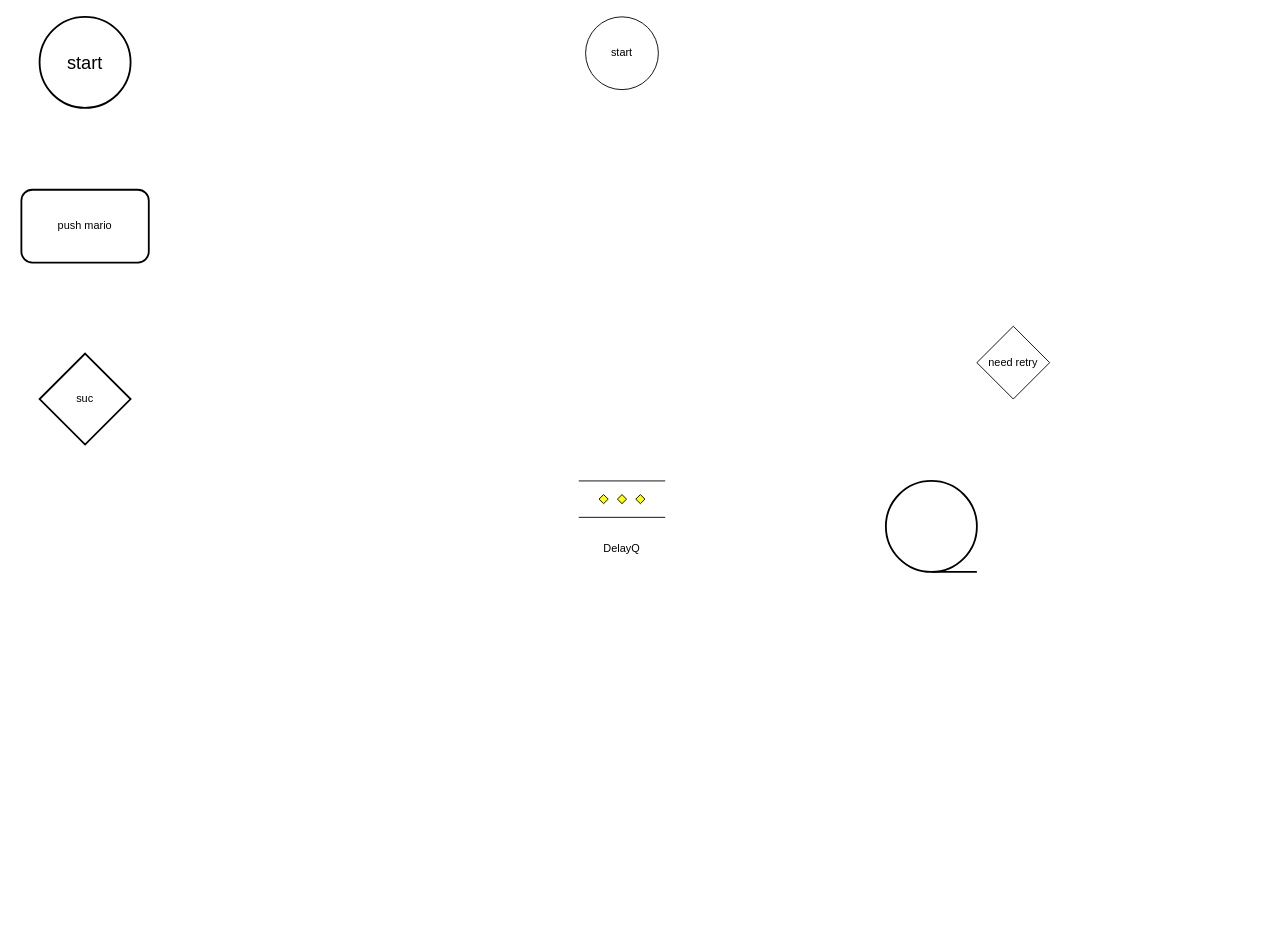
The draw.io diagram 视频接入重试机制.drawio in lixiangdaqian/diagrams, before the edit. Source tidied: cells renumbered, new cells numbered last; positions are measured from the earlier drawing's top-left corner, leaving out a move shared by most shapes. Both pictures are drawn from the tidied source at 91%, with x=0, y=0 at pixel (21, 16).
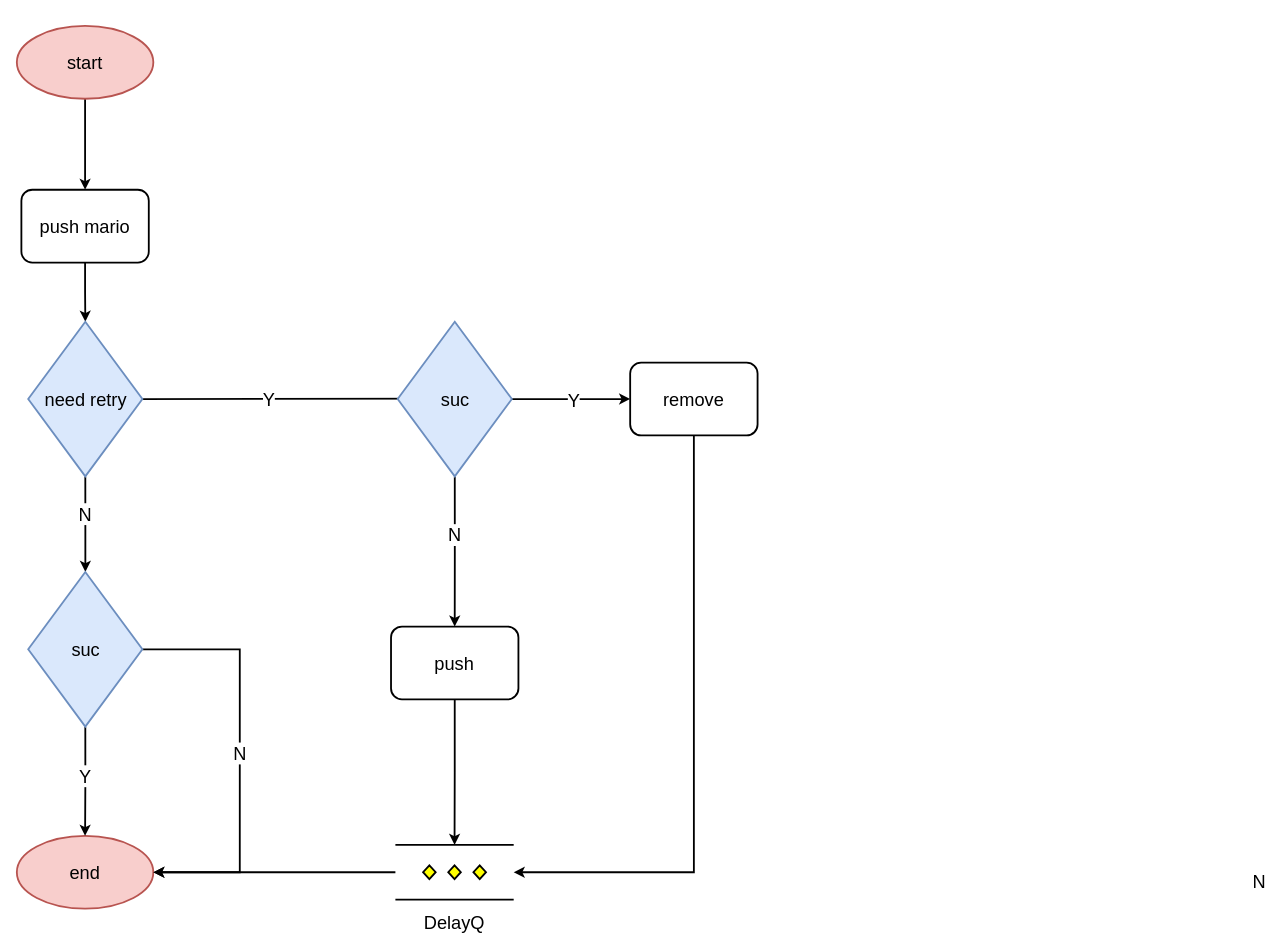
Above is the later version.

Commit message (it also covers changes not shown here):
Update 视频接入重试机制.drawio

The edit, as a diff of the source:
```diff
@@
+    <mxCell id="10" style="edgeStyle=orthogonalEdgeStyle;rounded=0;jettySize=auto;html=1;exitX=0.5;exitY=1;exitDx=0;exitDy=0;entryX=0.5;entryY=0;entryDx=0;entryDy=0;entryPerimeter=0;fontSize=20;strokeWidth=2;" parent="1" edge="1" source="2" target="7">
+      <mxGeometry relative="1" as="geometry" />
+    </mxCell>
-    <mxCell id="2" value="push mario" style="rounded=1;whiteSpace=wrap;html=1;strokeWidth=2;" parent="1" vertex="1">
+    <mxCell id="2" value="push mario" style="rounded=1;whiteSpace=wrap;html=1;strokeWidth=2;fontSize=20;" parent="1" vertex="1">
       <mxGeometry y="190" width="140" height="80" as="geometry" />
     </mxCell>
-    <mxCell id="3" value="start" style="ellipse;whiteSpace=wrap;html=1;" parent="1" vertex="1">
-      <mxGeometry x="620" width="80" height="80" as="geometry" />
-    </mxCell>
-    <mxCell id="4" value="need retry" style="rhombus;whiteSpace=wrap;html=1;" parent="1" vertex="1">
-      <mxGeometry x="1050" y="340" width="80" height="80" as="geometry" />
-    </mxCell>
-    <mxCell id="5" style="verticalLabelPosition=bottom;verticalAlign=top;html=1;shape=mxgraph.flowchart.parallel_mode;" parent="1" vertex="1">
-      <mxGeometry x="612.5" y="510" width="95" height="40" as="geometry" />
-    </mxCell>
+    <mxCell id="11" style="edgeStyle=orthogonalEdgeStyle;rounded=0;jettySize=auto;html=1;exitX=1;exitY=0.5;exitDx=0;exitDy=0;exitPerimeter=0;fontSize=20;strokeWidth=2;" parent="1" edge="1" source="7">
+      <mxGeometry relative="1" as="geometry">
+        <mxPoint x="475" y="419.5" as="targetPoint" />
+      </mxGeometry>
+    </mxCell>
+    <mxCell id="12" value="N" style="edgeLabel;html=1;align=center;verticalAlign=middle;fontSize=20;" parent="11" vertex="1">
+      <mxGeometry x="-0.17" relative="1" as="geometry">
+        <mxPoint x="1085" y="530" as="offset" />
+      </mxGeometry>
+    </mxCell>
+    <mxCell id="13" value="Y" style="edgeLabel;html=1;align=center;verticalAlign=middle;fontSize=20;" parent="11" vertex="1">
+      <mxGeometry x="-0.36" relative="1" as="geometry">
+        <mxPoint x="30" as="offset" />
+      </mxGeometry>
+    </mxCell>
+    <mxCell id="14" style="edgeStyle=orthogonalEdgeStyle;rounded=0;sketch=0;jettySize=auto;html=1;exitX=0.5;exitY=1;exitDx=0;exitDy=0;exitPerimeter=0;fontSize=14;endSize=6;strokeWidth=2;" parent="1" edge="1" source="7" target="33">
+      <mxGeometry relative="1" as="geometry" />
+    </mxCell>
+    <mxCell id="15" value="N" style="edgeLabel;html=1;align=center;verticalAlign=middle;fontSize=20;" parent="14" vertex="1">
+      <mxGeometry x="-0.23" y="-1" relative="1" as="geometry" />
+    </mxCell>
+    <mxCell id="7" value="need retry" style="strokeWidth=2;html=1;shape=mxgraph.flowchart.decision;whiteSpace=wrap;fontSize=20;fillColor=#dae8fc;strokeColor=#6c8ebf;shadow=0;" parent="1" vertex="1">
+      <mxGeometry x="7.5" y="335" width="125.5" height="170" as="geometry" />
+    </mxCell>
+    <mxCell id="16" style="edgeStyle=orthogonalEdgeStyle;rounded=0;jettySize=auto;html=1;exitX=0.5;exitY=1;exitDx=0;exitDy=0;exitPerimeter=0;fontSize=20;strokeWidth=2;" parent="1" edge="1" source="9" target="2">
+      <mxGeometry relative="1" as="geometry" />
+    </mxCell>
+    <mxCell id="9" value="&lt;span style=&quot;font-size: 20px;&quot;&gt;start&lt;/span&gt;" style="strokeWidth=2;html=1;shape=mxgraph.flowchart.start_2;whiteSpace=wrap;fontSize=20;fillColor=#f8cecc;strokeColor=#b85450;" parent="1" vertex="1">
+      <mxGeometry x="-5" y="10" width="150" height="80" as="geometry" />
+    </mxCell>
+    <mxCell id="17" style="edgeStyle=orthogonalEdgeStyle;rounded=0;sketch=0;jettySize=auto;html=1;exitX=0.5;exitY=1;exitDx=0;exitDy=0;exitPerimeter=0;fontSize=20;strokeWidth=2;" parent="1" edge="1" source="28" target="25">
+      <mxGeometry relative="1" as="geometry" />
+    </mxCell>
+    <mxCell id="18" value="N" style="edgeLabel;html=1;align=center;verticalAlign=middle;fontSize=20;" parent="17" vertex="1">
+      <mxGeometry x="-0.68" y="-3" relative="1" as="geometry">
+        <mxPoint x="2" y="37" as="offset" />
+      </mxGeometry>
+    </mxCell>
+    <mxCell id="19" style="edgeStyle=orthogonalEdgeStyle;rounded=0;sketch=0;jettySize=auto;html=1;exitX=1;exitY=0.5;exitDx=0;exitDy=0;exitPerimeter=0;fontSize=20;strokeWidth=2;" parent="1" edge="1" source="28" target="23">
+      <mxGeometry relative="1" as="geometry" />
+    </mxCell>
+    <mxCell id="20" value="Y" style="edgeLabel;html=1;align=center;verticalAlign=middle;fontSize=20;" parent="19" vertex="1">
+      <mxGeometry x="0.22" relative="1" as="geometry">
+        <mxPoint x="-12" as="offset" />
+      </mxGeometry>
+    </mxCell>
+    <mxCell id="21" value="&lt;span style=&quot;font-size: 20px&quot;&gt;end&lt;/span&gt;" style="strokeWidth=2;html=1;shape=mxgraph.flowchart.start_2;whiteSpace=wrap;fontSize=20;fillColor=#f8cecc;strokeColor=#b85450;" parent="1" vertex="1">
+      <mxGeometry x="-5" y="900" width="150" height="80" as="geometry" />
+    </mxCell>
+    <mxCell id="22" style="edgeStyle=orthogonalEdgeStyle;rounded=0;sketch=0;jettySize=auto;html=1;exitX=0.5;exitY=1;exitDx=0;exitDy=0;entryX=1;entryY=0.5;entryDx=0;entryDy=0;entryPerimeter=0;fontSize=14;endSize=6;strokeWidth=2;" parent="1" edge="1" source="23" target="27">
+      <mxGeometry relative="1" as="geometry" />
+    </mxCell>
+    <mxCell id="23" value="remove" style="rounded=1;whiteSpace=wrap;html=1;strokeWidth=2;fontSize=20;" parent="1" vertex="1">
+      <mxGeometry x="669" y="380" width="140" height="80" as="geometry" />
+    </mxCell>
+    <mxCell id="24" style="edgeStyle=orthogonalEdgeStyle;rounded=0;sketch=0;jettySize=auto;html=1;exitX=0.5;exitY=1;exitDx=0;exitDy=0;entryX=0.5;entryY=0;entryDx=0;entryDy=0;entryPerimeter=0;fontSize=14;endSize=6;strokeWidth=2;" parent="1" edge="1" source="25" target="27">
+      <mxGeometry relative="1" as="geometry" />
+    </mxCell>
+    <mxCell id="25" value="push" style="rounded=1;whiteSpace=wrap;html=1;strokeWidth=2;fontSize=20;" parent="1" vertex="1">
+      <mxGeometry x="406.2" y="670" width="140" height="80" as="geometry" />
+    </mxCell>
+    <mxCell id="26" style="edgeStyle=orthogonalEdgeStyle;rounded=0;sketch=0;jettySize=auto;html=1;entryX=1;entryY=0.5;entryDx=0;entryDy=0;entryPerimeter=0;fontSize=14;endSize=6;strokeWidth=2;" parent="1" edge="1" source="27" target="21">
+      <mxGeometry relative="1" as="geometry" />
+    </mxCell>
+    <mxCell id="27" style="verticalLabelPosition=bottom;verticalAlign=top;html=1;shape=mxgraph.flowchart.parallel_mode;strokeWidth=2;fontSize=14;" parent="1" vertex="1">
+      <mxGeometry x="411" y="910" width="130" height="60" as="geometry" />
+    </mxCell>
-    <mxCell id="6" value="DelayQ" style="text;html=1;strokeColor=none;fillColor=none;align=center;verticalAlign=middle;whiteSpace=wrap;rounded=0;" parent="1" vertex="1">
-      <mxGeometry x="630" y="570" width="60" height="30" as="geometry" />
+    <mxCell id="6" value="DelayQ" style="text;html=1;strokeColor=none;fillColor=none;align=center;verticalAlign=middle;whiteSpace=wrap;rounded=0;fontSize=20;" parent="1" vertex="1">
+      <mxGeometry x="446.2" y="980" width="60" height="30" as="geometry" />
     </mxCell>
-    <mxCell id="7" value="suc" style="strokeWidth=2;html=1;shape=mxgraph.flowchart.decision;whiteSpace=wrap;" parent="1" vertex="1">
-      <mxGeometry x="20" y="370" width="100" height="100" as="geometry" />
-    </mxCell>
-    <mxCell id="8" style="strokeWidth=2;html=1;shape=mxgraph.flowchart.sequential_data;whiteSpace=wrap;" parent="1" vertex="1">
-      <mxGeometry x="950" y="510" width="100" height="100" as="geometry" />
-    </mxCell>
-    <mxCell id="9" value="&lt;span style=&quot;font-size: 20px;&quot;&gt;start&lt;/span&gt;" style="strokeWidth=2;html=1;shape=mxgraph.flowchart.start_2;whiteSpace=wrap;fontSize=20;" parent="1" vertex="1">
-      <mxGeometry x="20" width="100" height="100" as="geometry" />
-    </mxCell>
+    <mxCell id="28" value="suc" style="strokeWidth=2;html=1;shape=mxgraph.flowchart.decision;whiteSpace=wrap;fontSize=20;fillColor=#dae8fc;strokeColor=#6c8ebf;shadow=0;" parent="1" vertex="1">
+      <mxGeometry x="413.5" y="335" width="125.5" height="170" as="geometry" />
+    </mxCell>
+    <mxCell id="29" style="edgeStyle=orthogonalEdgeStyle;rounded=0;sketch=0;jettySize=auto;html=1;exitX=0.5;exitY=1;exitDx=0;exitDy=0;exitPerimeter=0;entryX=0.5;entryY=0;entryDx=0;entryDy=0;entryPerimeter=0;fontSize=14;endSize=6;strokeWidth=2;" parent="1" edge="1" source="33" target="21">
+      <mxGeometry relative="1" as="geometry" />
+    </mxCell>
+    <mxCell id="30" value="Y" style="edgeLabel;html=1;align=center;verticalAlign=middle;fontSize=20;" parent="29" vertex="1">
+      <mxGeometry x="-0.31" y="-1" relative="1" as="geometry">
+        <mxPoint y="11" as="offset" />
+      </mxGeometry>
+    </mxCell>
+    <mxCell id="31" style="edgeStyle=orthogonalEdgeStyle;rounded=0;sketch=0;jettySize=auto;html=1;exitX=1;exitY=0.5;exitDx=0;exitDy=0;exitPerimeter=0;entryX=1;entryY=0.5;entryDx=0;entryDy=0;entryPerimeter=0;fontSize=14;endSize=6;strokeWidth=2;" parent="1" edge="1" source="33" target="21">
+      <mxGeometry relative="1" as="geometry">
+        <Array as="points">
+          <mxPoint x="240" y="695" />
+          <mxPoint x="240" y="940" />
+        </Array>
+      </mxGeometry>
+    </mxCell>
+    <mxCell id="32" value="N" style="edgeLabel;html=1;align=center;verticalAlign=middle;fontSize=20;" parent="31" vertex="1">
+      <mxGeometry x="-0.22" y="1" relative="1" as="geometry">
+        <mxPoint x="-2" y="46" as="offset" />
+      </mxGeometry>
+    </mxCell>
+    <mxCell id="33" value="suc" style="strokeWidth=2;html=1;shape=mxgraph.flowchart.decision;whiteSpace=wrap;fontSize=20;fillColor=#dae8fc;strokeColor=#6c8ebf;shadow=0;" parent="1" vertex="1">
+      <mxGeometry x="7.5" y="610" width="125.5" height="170" as="geometry" />
+    </mxCell>
```
